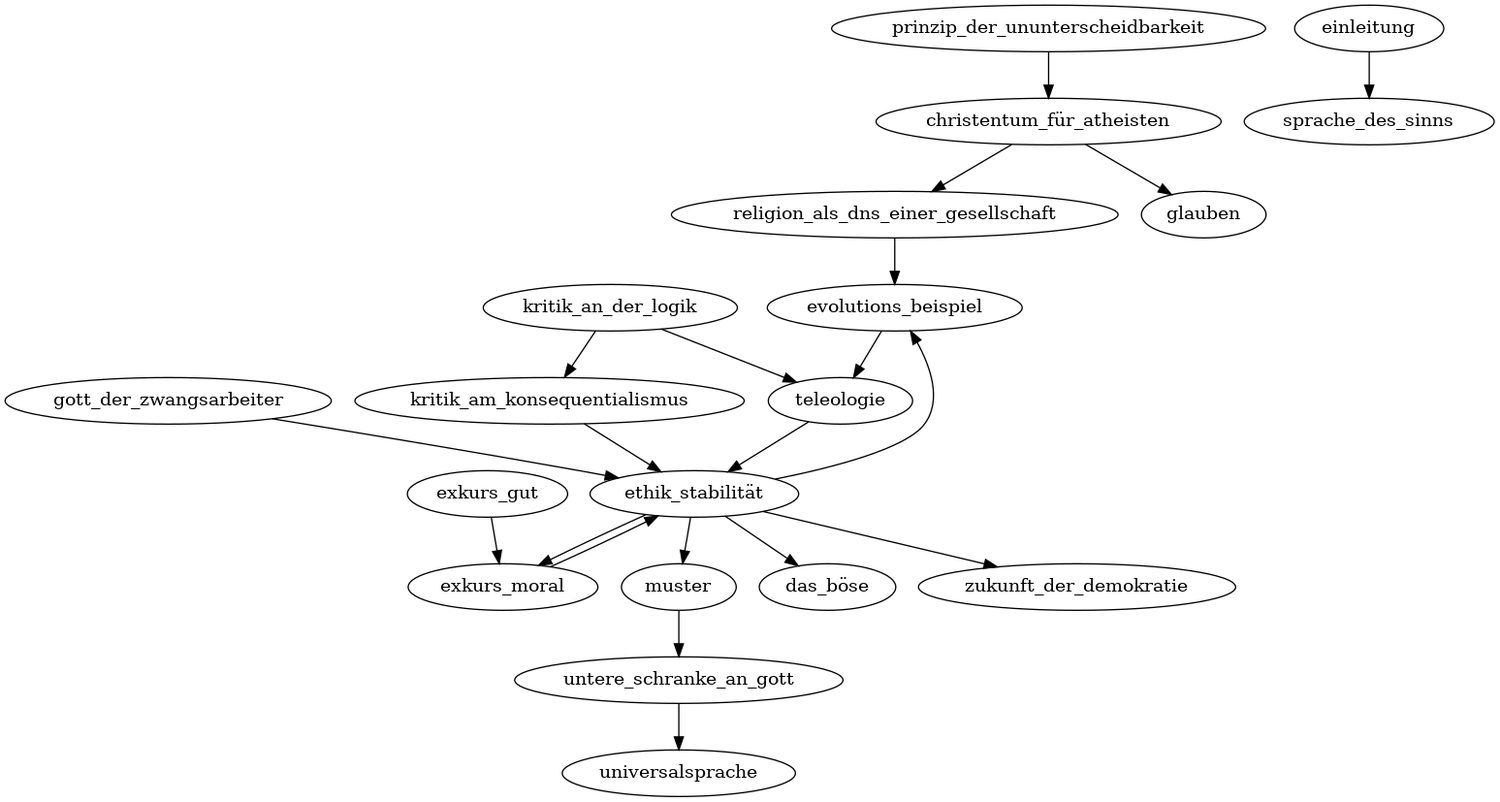
Above: structure.dot.png in risajef/risajef.github.io (Graphviz), before the change. Its source is kept beside it as structure.dot.
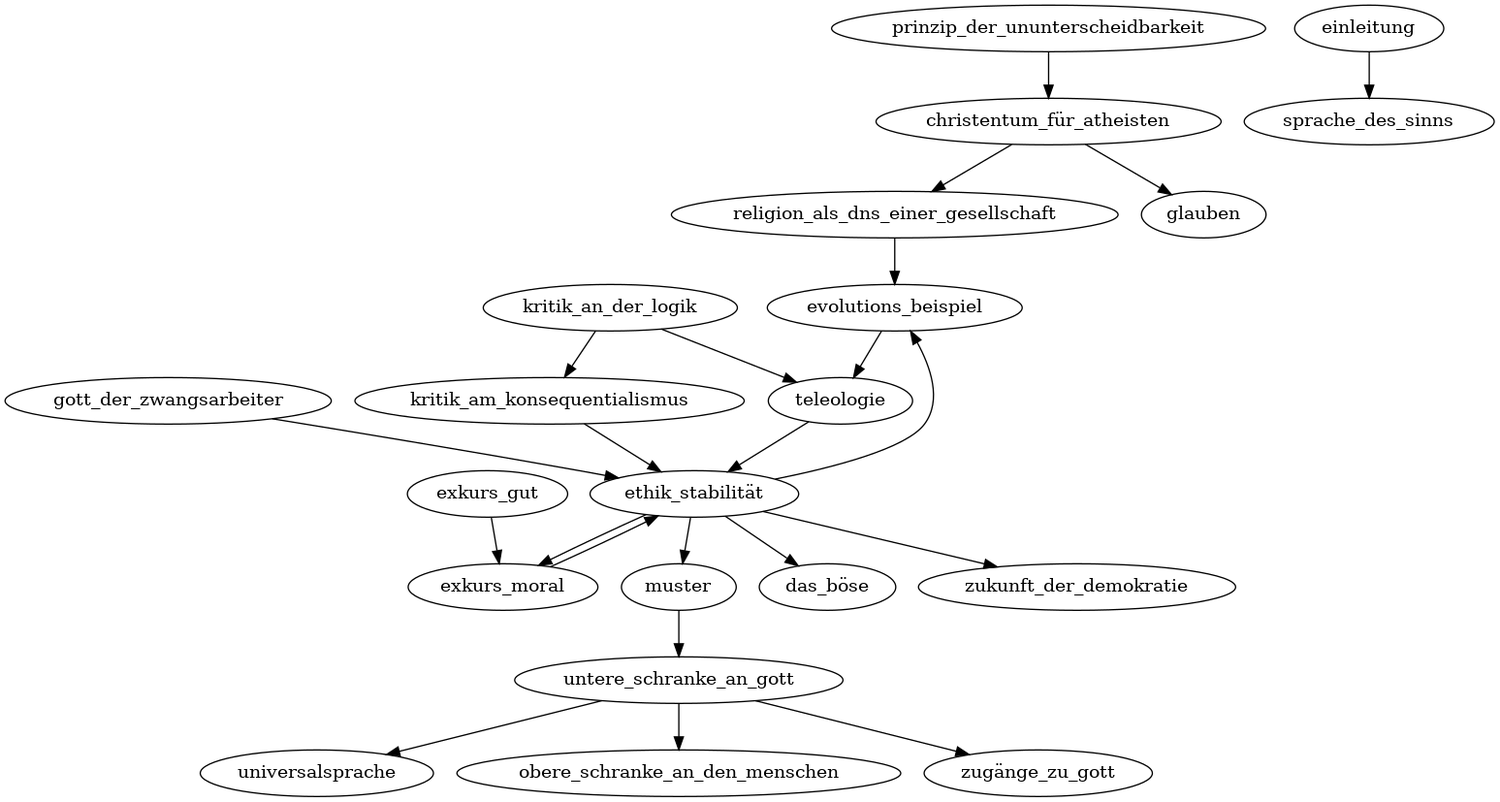
After the change.

What changed in the source:
```diff
@@ -19,4 +19,6 @@
 	"exkurs_moral" -> "ethik_stabilität";
 	"teleologie" -> "ethik_stabilität";
 	"untere_schranke_an_gott" -> "universalsprache";
+	"untere_schranke_an_gott" -> "obere_schranke_an_den_menschen";
+	"untere_schranke_an_gott" -> "zugänge_zu_gott";
 }
```
